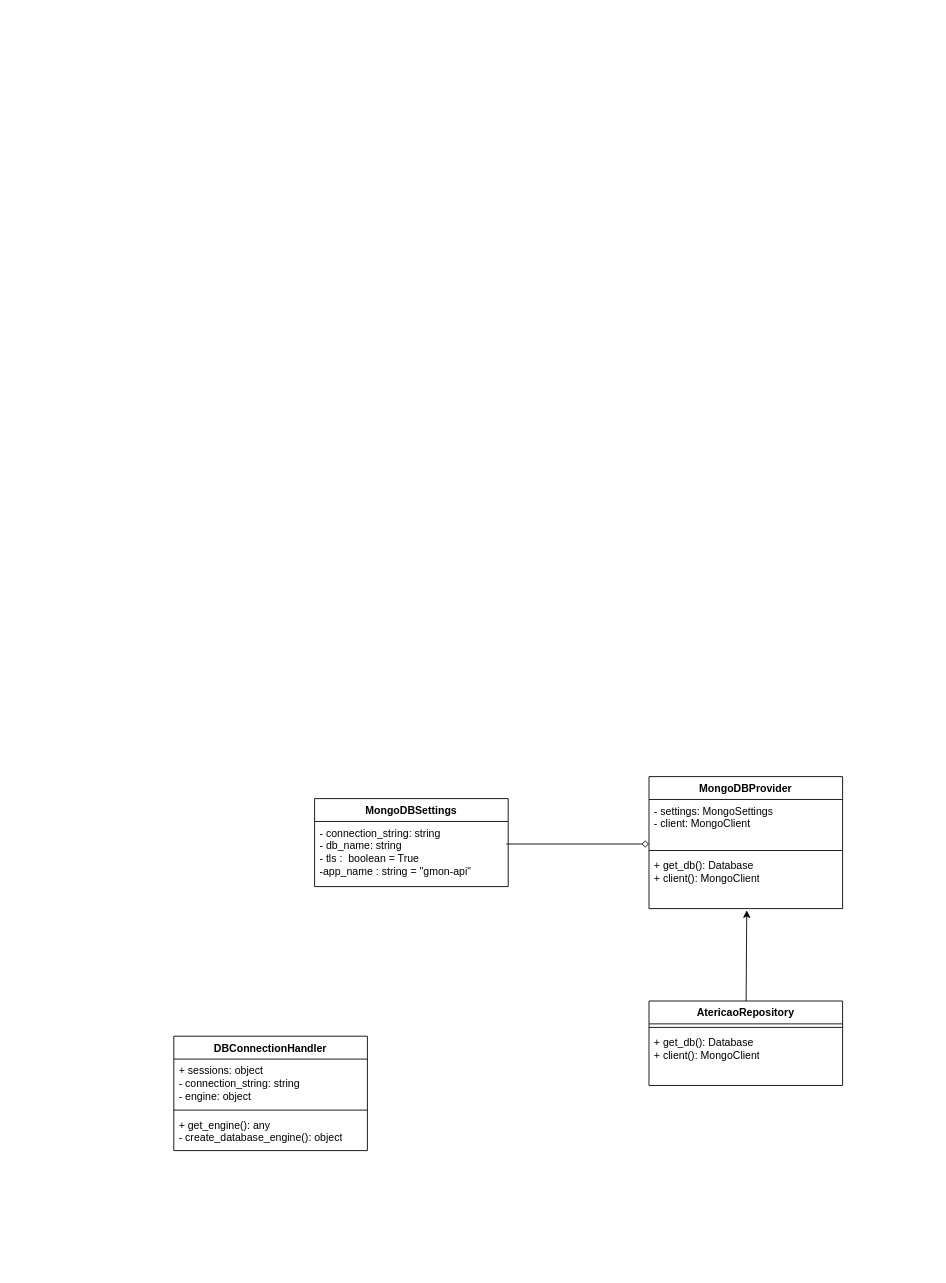
This is docs/diagramas/diagrama_de_classes.drawio from pedromaximocampos/Clean-Architecture-Python, a draw.io file, before an edit. Source tidied: cells renumbered, new cells numbered last; positions are measured from the earlier drawing's top-left corner, leaving out a move shared by most shapes. Both pictures are drawn from the tidied source at 88%, with x=0, y=0 at pixel (173, 776).
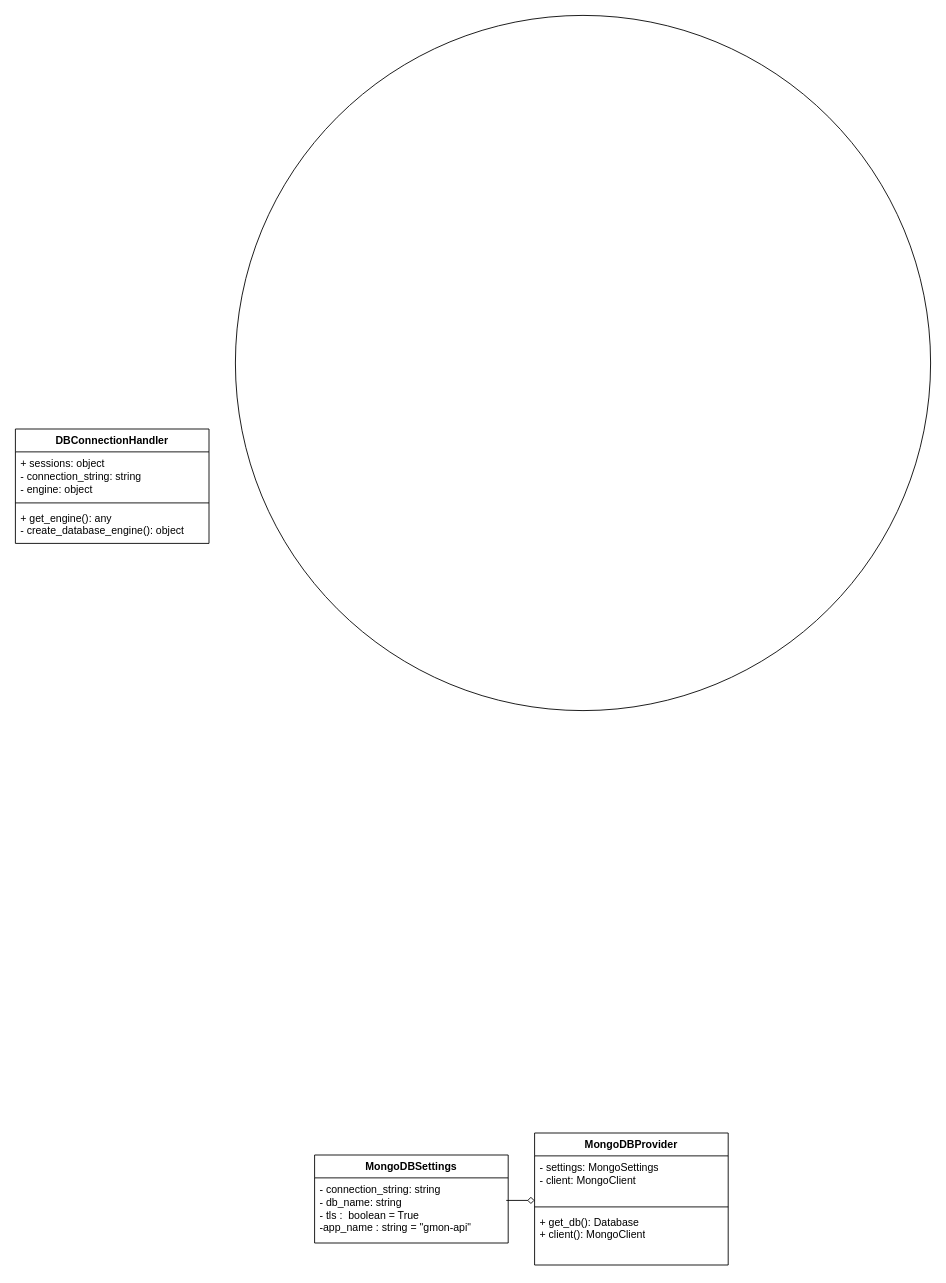
Above is the later version.

Change to the diagram source:
```diff
@@
 <mxGraphModel>
   <root>
     <mxCell id="0" />
     <mxCell id="1" parent="0" />
     <mxCell id="2" value="&lt;span style=&quot;color: rgb(0, 0, 0);&quot;&gt;DBConnectionHandler&lt;/span&gt;" style="swimlane;fontStyle=1;align=center;verticalAlign=top;horizontal=1;startSize=26;whiteSpace=wrap;html=1;" parent="1" vertex="1">
-      <mxGeometry y="295" width="220" height="130" as="geometry" />
+      <mxGeometry x="-180" y="-395" width="220" height="130" as="geometry" />
     </mxCell>
     <mxCell id="3" value="&lt;span style=&quot;color: rgb(0, 0, 0);&quot;&gt;+ sessions: object&lt;br&gt;- connection_string: string&lt;/span&gt;&lt;div&gt;&lt;span style=&quot;color: rgb(0, 0, 0);&quot;&gt;- engine: object&lt;/span&gt;&lt;/div&gt;" style="text;strokeColor=none;fillColor=none;align=left;verticalAlign=top;spacingLeft=4;spacingRight=4;overflow=hidden;whiteSpace=wrap;html=1;" parent="2" vertex="1">
       <mxGeometry y="26" width="220" height="54" as="geometry" />
     </mxCell>
     <mxCell id="4" style="line;strokeWidth=1;fillColor=none;align=left;verticalAlign=middle;spacingTop=-1;spacingLeft=3;spacingRight=3;labelPosition=right;strokeColor=inherit;" parent="2" vertex="1">
       <mxGeometry y="80" width="220" height="8" as="geometry" />
     </mxCell>
     <mxCell id="5" value="+ get_engine(): any&lt;br&gt;- create_database_engine(): object" style="text;strokeColor=none;fillColor=none;align=left;verticalAlign=top;spacingLeft=4;spacingRight=4;overflow=hidden;whiteSpace=wrap;html=1;" parent="2" vertex="1">
       <mxGeometry y="88" width="220" height="42" as="geometry" />
     </mxCell>
     <mxCell id="6" value="MongoDBProvider" style="swimlane;fontStyle=1;align=center;verticalAlign=top;horizontal=1;startSize=26;whiteSpace=wrap;html=1;" parent="1" vertex="1">
-      <mxGeometry x="540" width="220" height="150" as="geometry" />
+      <mxGeometry x="410" y="405" width="220" height="150" as="geometry" />
     </mxCell>
     <mxCell id="7" value="&lt;span style=&quot;color: rgb(0, 0, 0);&quot;&gt;- settings: MongoSettings&lt;/span&gt;&lt;div&gt;&lt;span style=&quot;color: rgb(0, 0, 0);&quot;&gt;- client: MongoClient&lt;/span&gt;&lt;/div&gt;" style="text;strokeColor=none;fillColor=none;align=left;verticalAlign=top;spacingLeft=4;spacingRight=4;overflow=hidden;points=[[0,0.5],[1,0.5]];portConstraint=eastwest;whiteSpace=wrap;html=1;" parent="6" vertex="1">
       <mxGeometry y="26" width="220" height="54" as="geometry" />
     </mxCell>
     <mxCell id="8" style="line;strokeWidth=1;fillColor=none;align=left;verticalAlign=middle;spacingTop=-1;spacingLeft=3;spacingRight=3;labelPosition=right;strokeColor=inherit;" parent="6" vertex="1">
       <mxGeometry y="80" width="220" height="8" as="geometry" />
     </mxCell>
     <mxCell id="9" value="+ get_db(): Database&amp;nbsp;&lt;div&gt;+ client(): MongoClient&lt;/div&gt;" style="text;strokeColor=none;fillColor=none;align=left;verticalAlign=top;spacingLeft=4;spacingRight=4;overflow=hidden;points=[[0,0.5],[1,0.5]];portConstraint=eastwest;whiteSpace=wrap;html=1;" parent="6" vertex="1">
       <mxGeometry y="88" width="220" height="62" as="geometry" />
     </mxCell>
     <mxCell id="10" value="MongoDBSettings" style="swimlane;fontStyle=1;align=center;verticalAlign=top;horizontal=1;startSize=26;whiteSpace=wrap;html=1;" parent="1" vertex="1">
-      <mxGeometry x="160" y="25" width="220" height="100" as="geometry" />
+      <mxGeometry x="160" y="430" width="220" height="100" as="geometry" />
     </mxCell>
     <mxCell id="11" value="&lt;span style=&quot;color: rgb(0, 0, 0);&quot;&gt;- connection_string: string&lt;/span&gt;&lt;div&gt;&lt;span style=&quot;color: rgb(0, 0, 0);&quot;&gt;- db_name: string&lt;/span&gt;&lt;/div&gt;&lt;div&gt;&lt;span style=&quot;color: rgb(0, 0, 0);&quot;&gt;- tls :&amp;nbsp; boolean = True&lt;/span&gt;&lt;/div&gt;&lt;div&gt;&lt;span style=&quot;color: rgb(0, 0, 0);&quot;&gt;-app_name : string = &quot;gmon-api&quot;&lt;/span&gt;&lt;/div&gt;&lt;div&gt;&lt;span style=&quot;color: rgb(0, 0, 0);&quot;&gt;&lt;br&gt;&lt;/span&gt;&lt;/div&gt;" style="text;strokeColor=none;fillColor=none;align=left;verticalAlign=top;spacingLeft=4;spacingRight=4;overflow=hidden;points=[[0,0.5],[1,0.5]];portConstraint=eastwest;whiteSpace=wrap;html=1;" parent="10" vertex="1">
       <mxGeometry y="26" width="220" height="74" as="geometry" />
     </mxCell>
     <mxCell id="12" style="edgeStyle=none;html=1;endArrow=diamond;endFill=0;exitX=0.99;exitY=0.346;exitDx=0;exitDy=0;exitPerimeter=0;entryX=0;entryY=0.937;entryDx=0;entryDy=0;entryPerimeter=0;" parent="1" edge="1" source="11" target="7">
       <mxGeometry relative="1" as="geometry" />
     </mxCell>
-    <mxCell id="13" value="AtericaoRepository&lt;div&gt;&lt;br&gt;&lt;/div&gt;" style="swimlane;fontStyle=1;align=center;verticalAlign=top;horizontal=1;startSize=26;whiteSpace=wrap;html=1;" parent="1" vertex="1">
-      <mxGeometry x="540" y="255" width="220" height="96" as="geometry" />
-    </mxCell>
-    <mxCell id="14" style="line;strokeWidth=1;fillColor=none;align=left;verticalAlign=middle;spacingTop=-1;spacingLeft=3;spacingRight=3;labelPosition=right;strokeColor=inherit;" parent="13" vertex="1">
-      <mxGeometry y="26" width="220" height="8" as="geometry" />
-    </mxCell>
-    <mxCell id="15" value="+ get_db(): Database&amp;nbsp;&lt;div&gt;+ client(): MongoClient&lt;/div&gt;" style="text;strokeColor=none;fillColor=none;align=left;verticalAlign=top;spacingLeft=4;spacingRight=4;overflow=hidden;whiteSpace=wrap;html=1;" parent="13" vertex="1">
-      <mxGeometry y="34" width="220" height="62" as="geometry" />
-    </mxCell>
-    <mxCell id="16" style="edgeStyle=none;html=1;entryX=0.505;entryY=1.032;entryDx=0;entryDy=0;entryPerimeter=0;" parent="1" edge="1" source="13" target="9">
-      <mxGeometry relative="1" as="geometry" />
-    </mxCell>
+    <mxCell id="17" style="ellipse;whiteSpace=wrap;html=1;fillColor=none;" parent="1" vertex="1">
+      <mxGeometry x="70" y="-865" width="790" height="790" as="geometry" />
+    </mxCell>
   </root>
 </mxGraphModel>
```
